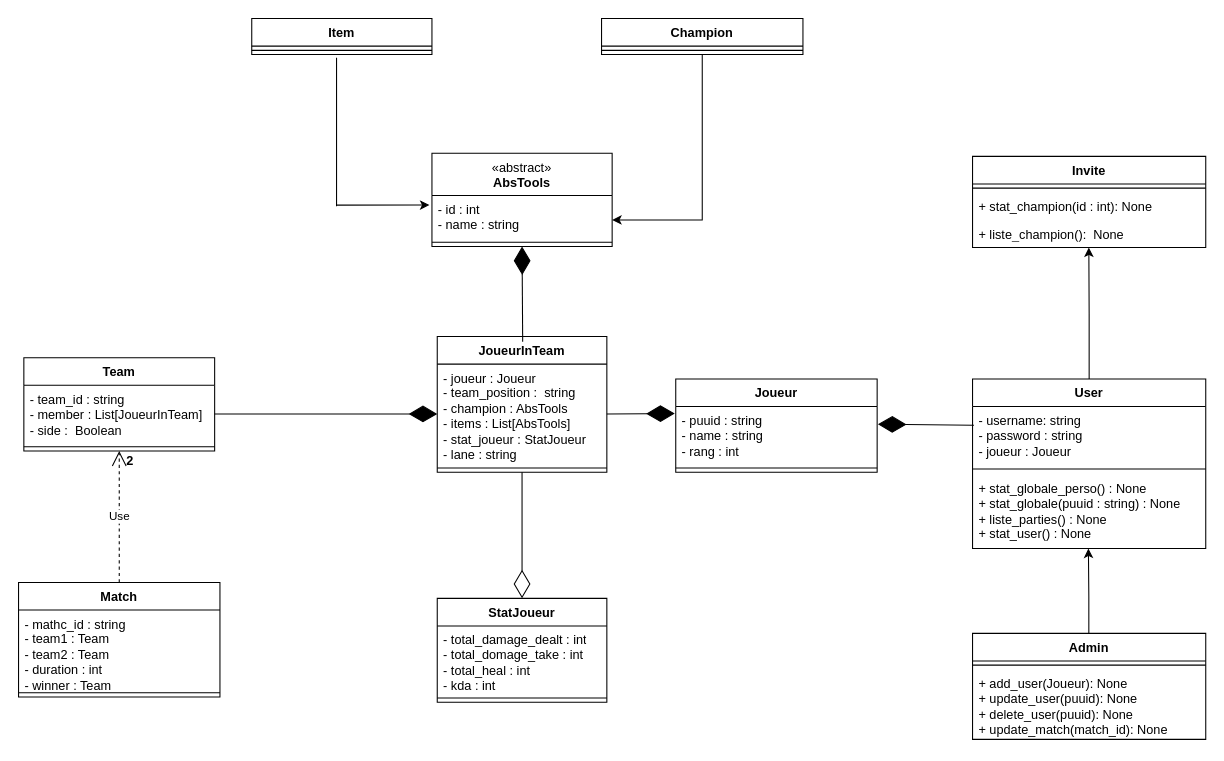
Above: Image Prod/League of legends.drawio in Niyo-D-JC/HelpWork (draw.io), before the change. Source tidied: cells renumbered, new cells numbered last; positions are measured from the earlier drawing's top-left corner, leaving out a move shared by most shapes. Both pictures are drawn from the tidied source at 106%, with x=0, y=0 at pixel (18, 18).
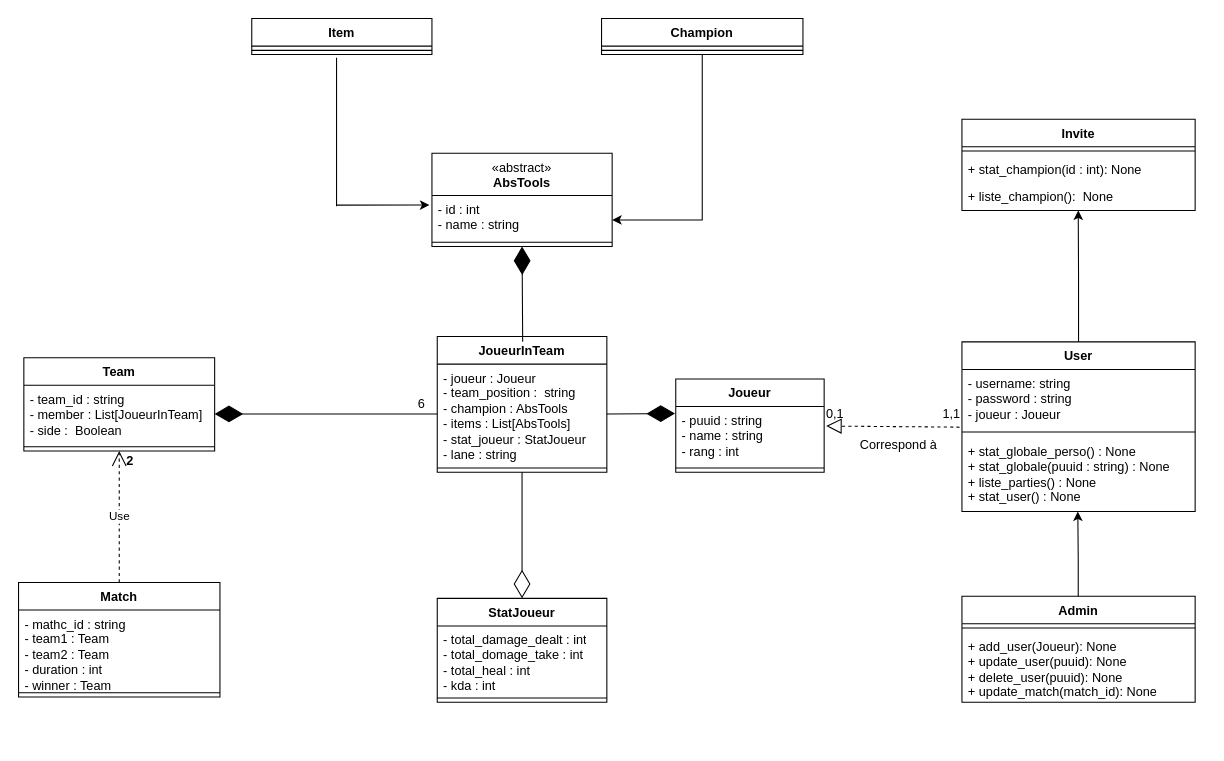
After the change.

Commit message:
Mettre à jour031023 League of legends.drawio

The change refers to these unchanged cells:
```xml
<mxCell id="13" value="- joueur : Joueur&lt;br&gt;- team_position :&amp;nbsp; string&lt;br&gt;- champion : AbsTools&lt;br&gt;- items : List[AbsTools]&lt;br&gt;- stat_joueur : StatJoueur&lt;br&gt;- lane : string" style="text;strokeColor=none;fillColor=none;align=left;verticalAlign=top;spacingLeft=4;spacingRight=4;overflow=hidden;points=[[0,0.5],[1,0.5]];portConstraint=eastwest;whiteSpace=wrap;html=1;" parent="12" vertex="1">
  <mxGeometry y="26" width="160" height="94" as="geometry" />
</mxCell>
<mxCell id="16" value="- team_id : string&lt;br&gt;- member : List[JoueurInTeam]&lt;br&gt;- side :&amp;nbsp; Boolean" style="text;strokeColor=none;fillColor=none;align=left;verticalAlign=top;spacingLeft=4;spacingRight=4;overflow=hidden;points=[[0,0.5],[1,0.5]];portConstraint=eastwest;whiteSpace=wrap;html=1;" parent="15" vertex="1">
  <mxGeometry y="26" width="180" height="54" as="geometry" />
</mxCell>
<mxCell id="37" value="- username: string&lt;br&gt;- password : string&lt;br&gt;- joueur : Joueur" style="text;strokeColor=none;fillColor=none;align=left;verticalAlign=top;spacingLeft=4;spacingRight=4;overflow=hidden;points=[[0,0.5],[1,0.5]];portConstraint=eastwest;whiteSpace=wrap;html=1;" parent="36" vertex="1">
  <mxGeometry y="26" width="220" height="54" as="geometry" />
</mxCell>
```

Diff of the diagram source:
```diff
@@
     <mxCell id="5" value="Joueur" style="swimlane;fontStyle=1;align=center;verticalAlign=top;horizontal=1;startSize=26;whiteSpace=wrap;html=1;" parent="1" vertex="1">
-      <mxGeometry x="620" y="340" width="190" height="88" as="geometry" />
+      <mxGeometry x="620" y="340" width="140" height="88" as="geometry" />
     </mxCell>
     <mxCell id="6" value="- puuid : string&lt;br&gt;- name : string&lt;span style=&quot;white-space: pre;&quot;&gt;&#9;&lt;/span&gt;&lt;br&gt;- rang : int" style="text;strokeColor=none;fillColor=none;align=left;verticalAlign=top;spacingLeft=4;spacingRight=4;overflow=hidden;points=[[0,0.5],[1,0.5]];portConstraint=eastwest;whiteSpace=wrap;html=1;" parent="5" vertex="1">
-      <mxGeometry y="26" width="190" height="54" as="geometry" />
+      <mxGeometry y="26" width="140" height="54" as="geometry" />
     </mxCell>
     <mxCell id="7" style="line;strokeWidth=1;fillColor=none;align=left;verticalAlign=middle;spacingTop=-1;spacingLeft=3;spacingRight=3;labelPosition=right;strokeColor=inherit;" parent="5" vertex="1">
-      <mxGeometry y="80" width="190" height="8" as="geometry" />
+      <mxGeometry y="80" width="140" height="8" as="geometry" />
     </mxCell>
     <mxCell id="8" style="edgeStyle=orthogonalEdgeStyle;rounded=0;orthogonalLoop=1;jettySize=auto;html=1;entryX=0.491;entryY=1.05;entryDx=0;entryDy=0;entryPerimeter=0;" parent="1" edge="1">
       <mxGeometry relative="1" as="geometry">
-        <mxPoint x="1009.7" y="595.6" as="sourcePoint" />
-        <mxPoint x="1009.3" y="500" as="targetPoint" />
+        <mxPoint x="999.7" y="560.6" as="sourcePoint" />
+        <mxPoint x="999.3" y="465" as="targetPoint" />
         <Array as="points">
-          <mxPoint x="1009.7" y="545.6" />
-          <mxPoint x="1009.7" y="545.6" />
+          <mxPoint x="999.7" y="510.6" />
+          <mxPoint x="999.7" y="510.6" />
         </Array>
       </mxGeometry>
     </mxCell>
     <mxCell id="9" value="Admin" style="swimlane;fontStyle=1;align=center;verticalAlign=top;horizontal=1;startSize=26;whiteSpace=wrap;html=1;" parent="1" vertex="1">
-      <mxGeometry x="900" y="580" width="220" height="100" as="geometry" />
+      <mxGeometry x="890" y="545" width="220" height="100" as="geometry" />
     </mxCell>
@@
-    <mxCell id="25" style="endArrow=diamondThin;endFill=1;endSize=24;html=1;rounded=0;exitX=1;exitY=0.5;exitDx=0;exitDy=0;" parent="1" edge="1" source="16" target="13">
-      <mxGeometry relative="1" as="geometry" />
-    </mxCell>
@@
     <mxCell id="36" value="User" style="swimlane;fontStyle=1;align=center;verticalAlign=top;horizontal=1;startSize=26;whiteSpace=wrap;html=1;" parent="1" vertex="1">
-      <mxGeometry x="900" y="340" width="220" height="160" as="geometry" />
+      <mxGeometry x="890" y="305" width="220" height="160" as="geometry" />
     </mxCell>
@@
-    <mxCell id="40" style="endArrow=diamondThin;endFill=1;endSize=24;html=1;rounded=0;entryX=1.004;entryY=0.311;entryDx=0;entryDy=0;entryPerimeter=0;exitX=0.006;exitY=0.326;exitDx=0;exitDy=0;exitPerimeter=0;" parent="1" edge="1" source="37" target="6">
-      <mxGeometry relative="1" as="geometry" />
-    </mxCell>
     <mxCell id="41" style="edgeStyle=orthogonalEdgeStyle;rounded=0;jettySize=auto;html=1;entryX=0.491;entryY=1.05;entryDx=0;entryDy=0;entryPerimeter=0;exitX=0.5;exitY=0;exitDx=0;exitDy=0;" parent="1" edge="1" source="36">
       <mxGeometry relative="1" as="geometry">
-        <mxPoint x="1009.7" y="216" as="targetPoint" />
+        <mxPoint x="999.7" y="181" as="targetPoint" />
       </mxGeometry>
     </mxCell>
     <mxCell id="42" value="Invite" style="swimlane;fontStyle=1;align=center;verticalAlign=top;horizontal=1;startSize=26;whiteSpace=wrap;html=1;" parent="1" vertex="1">
-      <mxGeometry x="900" y="130" width="220" height="86" as="geometry" />
+      <mxGeometry x="890" y="95" width="220" height="86" as="geometry" />
     </mxCell>
@@
+    <mxCell id="40" style="endArrow=block;dashed=1;endFill=0;endSize=12;html=1;rounded=0;exitX=-0.01;exitY=1.009;exitDx=0;exitDy=0;exitPerimeter=0;entryX=1.014;entryY=0.341;entryDx=0;entryDy=0;entryPerimeter=0;" parent="1" edge="1" source="37" target="6">
+      <mxGeometry relative="1" as="geometry" />
+    </mxCell>
+    <mxCell id="46" value="0,1" style="text;html=1;align=center;verticalAlign=middle;strokeColor=none;fillColor=none;" parent="1" vertex="1">
+      <mxGeometry x="750" y="358" width="40" height="30" as="geometry" />
+    </mxCell>
+    <mxCell id="47" value="1,1" style="text;html=1;align=center;verticalAlign=middle;strokeColor=none;fillColor=none;" parent="1" vertex="1">
+      <mxGeometry x="860" y="358" width="40" height="30" as="geometry" />
+    </mxCell>
+    <mxCell id="48" value="Correspond à" style="text;html=1;align=center;verticalAlign=middle;strokeColor=none;fillColor=none;" parent="1" vertex="1">
+      <mxGeometry x="780" y="388" width="100" height="30" as="geometry" />
+    </mxCell>
+    <mxCell id="25" style="endArrow=diamondThin;endFill=1;endSize=24;html=1;rounded=0;exitX=0;exitY=0.5;exitDx=0;exitDy=0;entryX=1;entryY=0.5;entryDx=0;entryDy=0;" parent="1" edge="1" source="13" target="16">
+      <mxGeometry relative="1" as="geometry" />
+    </mxCell>
+    <mxCell id="49" value="6" style="text;html=1;align=center;verticalAlign=middle;strokeColor=none;fillColor=none;" parent="1" vertex="1">
+      <mxGeometry x="365" y="349" width="30" height="30" as="geometry" />
+    </mxCell>
```
